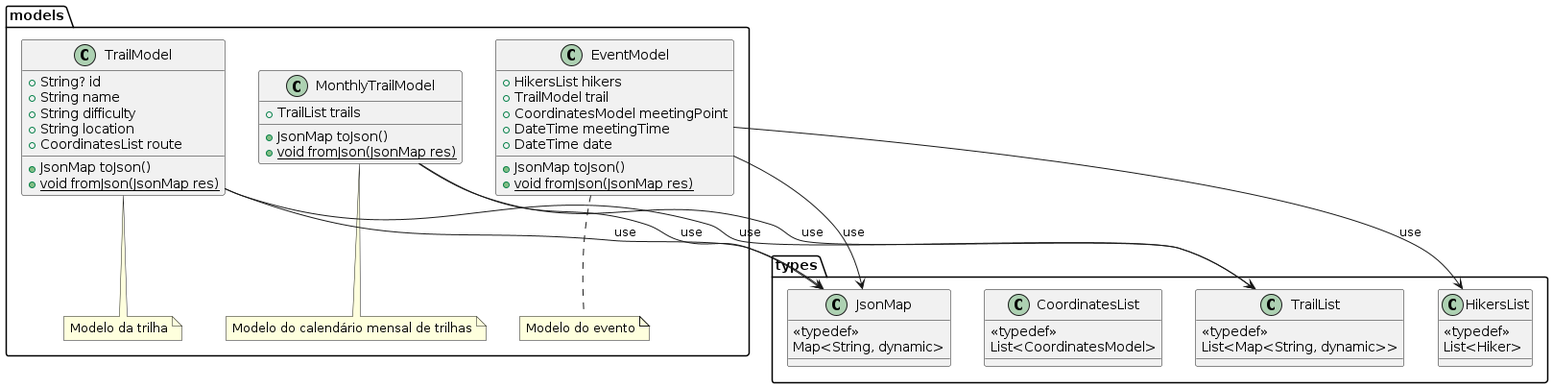
Before: docs/diagrams/out/pe_na_pedra_class_diagram_2.png, a diagram exported from PlantUML (tiagors09/pe_na_pedra).
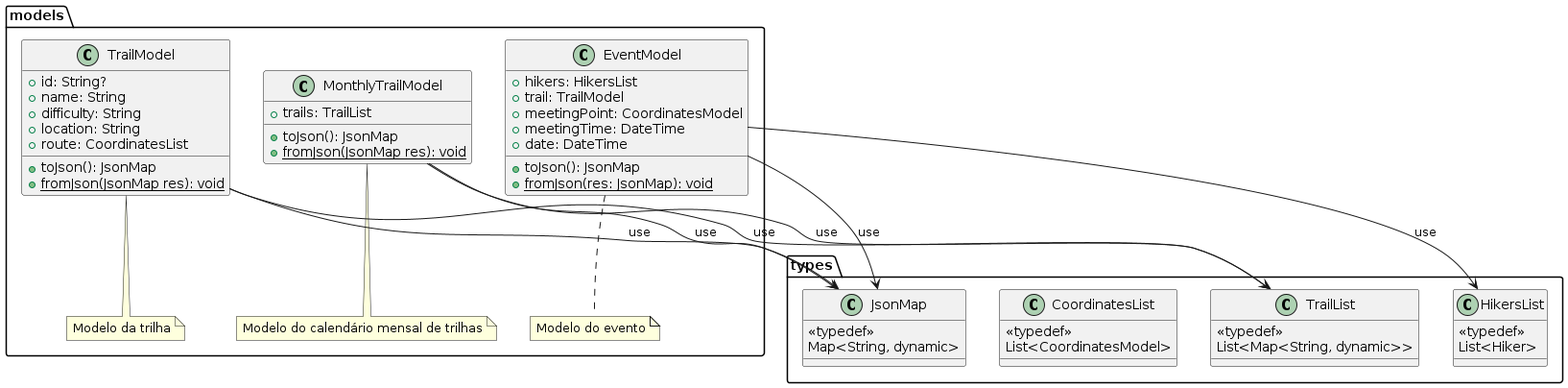
Later version of the same file.

Commit message:
feat: :sparkles: export class diagrams to png

Diff of the diagram source:
```diff
@@ -27,29 +27,29 @@
   note "Modelo do evento" as N5
 
   class TrailModel {
-    + String? id
-    + String name
-    + String difficulty
-    + String location
-    + CoordinatesList route
-    + JsonMap toJson()
-    + {static} void fromJson(JsonMap res)
+    + id: String?
+    + name: String
+    + difficulty: String
+    + location: String
+    + route: CoordinatesList
+    + toJson(): JsonMap
+    + {static} fromJson(JsonMap res): void
   }
 
   class MonthlyTrailModel {
-    + TrailList trails
-    + JsonMap toJson()
-    + {static} void fromJson(JsonMap res)
+    + trails: TrailList
+    + toJson(): JsonMap
+    + {static} fromJson(JsonMap res): void
   }
 
   class EventModel {
-    + HikersList hikers
-    + TrailModel trail
-    + CoordinatesModel meetingPoint
-    + DateTime meetingTime
-    + DateTime date
-    + JsonMap toJson()
-    + {static} void fromJson(JsonMap res)
+    + hikers: HikersList
+    + trail: TrailModel
+    + meetingPoint: CoordinatesModel
+    + meetingTime: DateTime
+    + date: DateTime
+    + toJson(): JsonMap
+    + {static} fromJson(res: JsonMap): void
   }
 
   TrailModel .. N3
```
